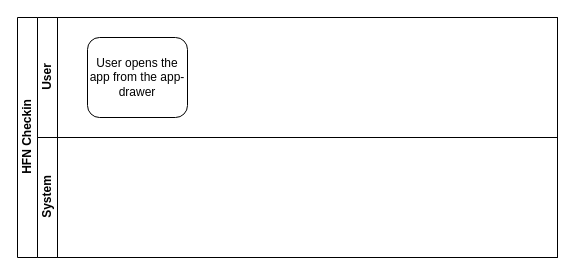
Earlier version of the draw.io diagram page "Page-4" (1 of 4) of HFN-checkin-app.drawio (appsparkler/draw.io). Source tidied: cells renumbered, new cells numbered last; positions are measured from the earlier drawing's top-left corner, leaving out a move shared by most shapes. Both pictures are drawn from the tidied source at 100%, with x=0, y=0 at pixel (17, 17).
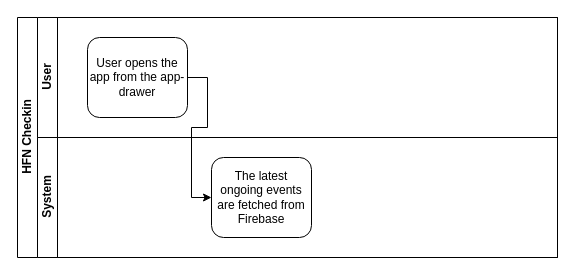
After the change.

Diff of the diagram source:
```diff
@@
 <mxGraphModel>
   <root>
     <mxCell id="0" />
     <mxCell id="1" parent="0" />
     <mxCell id="2" value="&lt;div&gt;HFN Checkin&lt;/div&gt;" style="swimlane;horizontal=0;startSize=20;html=1;" parent="1" vertex="1">
       <mxGeometry width="540" height="240" as="geometry" />
     </mxCell>
     <mxCell id="3" value="&lt;div&gt;User&lt;/div&gt;" style="swimlane;startSize=20;horizontal=0;html=1;" parent="2" vertex="1">
       <mxGeometry x="20" width="520" height="120" as="geometry" />
     </mxCell>
     <mxCell id="4" value="User opens the app from the app-drawer" style="rounded=1;whiteSpace=wrap;html=1;" parent="3" vertex="1">
       <mxGeometry x="50" y="20" width="100" height="80" as="geometry" />
     </mxCell>
     <mxCell id="5" value="&lt;div&gt;System&lt;/div&gt;" style="swimlane;startSize=20;horizontal=0;html=1;" parent="2" vertex="1">
       <mxGeometry x="20" y="120" width="520" height="120" as="geometry" />
     </mxCell>
+    <mxCell id="6" value="The latest ongoing events are fetched from Firebase" style="rounded=1;whiteSpace=wrap;html=1;" parent="5" vertex="1">
+      <mxGeometry x="174" y="20" width="100" height="80" as="geometry" />
+    </mxCell>
+    <mxCell id="7" style="edgeStyle=orthogonalEdgeStyle;rounded=0;jettySize=auto;html=1;entryX=0;entryY=0.5;entryDx=0;entryDy=0;" parent="2" edge="1" source="4" target="6">
+      <mxGeometry relative="1" as="geometry">
+        <Array as="points">
+          <mxPoint x="190" y="60" />
+          <mxPoint x="190" y="110" />
+          <mxPoint x="174" y="110" />
+          <mxPoint x="174" y="180" />
+        </Array>
+      </mxGeometry>
+    </mxCell>
   </root>
 </mxGraphModel>
```
